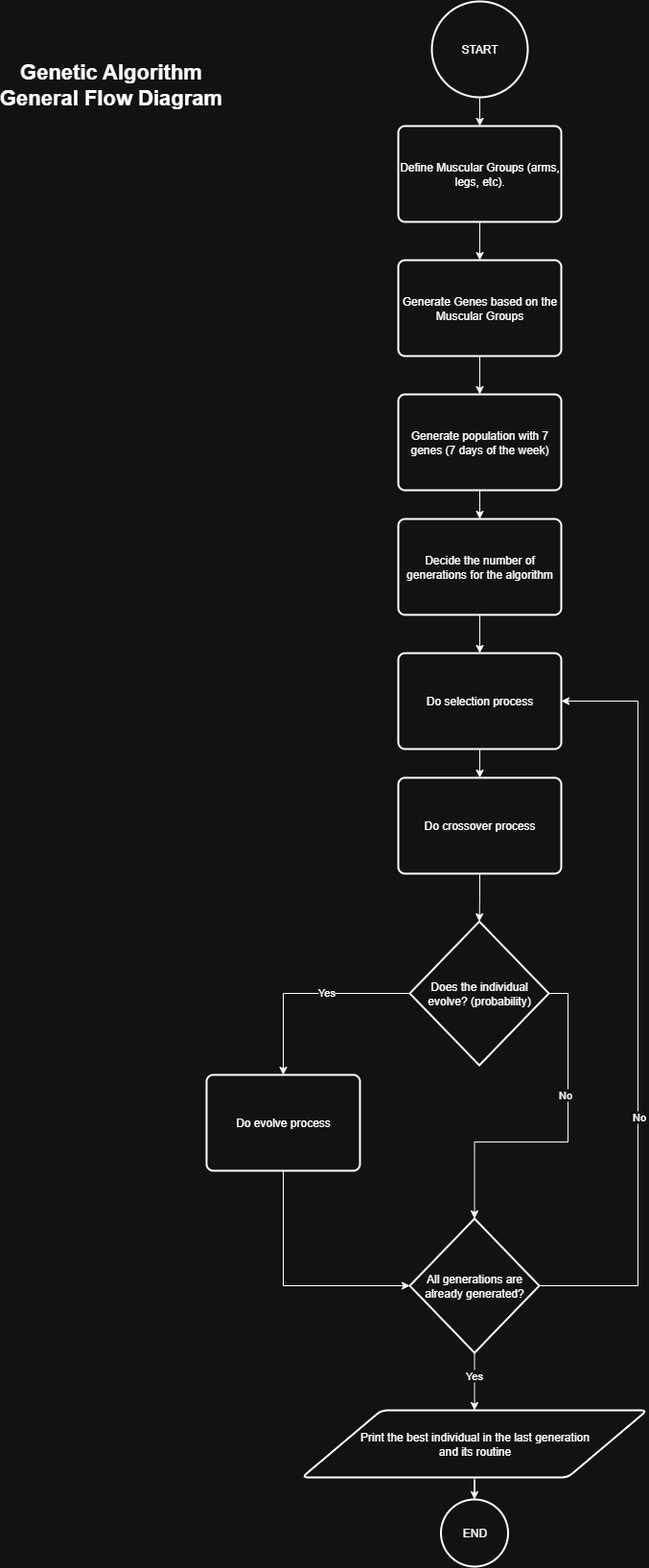
Above: imgs/GA General Flow Diagram.drawio.png in Manco312/Deliverable1-AI (draw.io), before the change. Source tidied: cells renumbered, new cells last; positions are measured from the earlier drawing's top-left corner, leaving out a move shared by most shapes. The source it was exported from:
```xml
<mxGraphModel>
  <root>
    <mxCell id="0" />
    <mxCell id="1" parent="0" />
    <mxCell id="2" style="edgeStyle=orthogonalEdgeStyle;rounded=0;jettySize=auto;html=1;" parent="1" edge="1" source="3" target="5">
      <mxGeometry relative="1" as="geometry" />
    </mxCell>
    <mxCell id="3" value="START" style="strokeWidth=2;html=1;shape=mxgraph.flowchart.start_2;whiteSpace=wrap;" parent="1" vertex="1">
      <mxGeometry x="375" width="100" height="100" as="geometry" />
    </mxCell>
    <mxCell id="4" style="edgeStyle=orthogonalEdgeStyle;rounded=0;jettySize=auto;html=1;" parent="1" edge="1" source="5" target="7">
      <mxGeometry relative="1" as="geometry" />
    </mxCell>
    <mxCell id="5" value="Define Muscular Groups (arms, legs, etc)." style="rounded=1;whiteSpace=wrap;html=1;absoluteArcSize=1;arcSize=14;strokeWidth=2;" parent="1" vertex="1">
      <mxGeometry x="340" y="130" width="170" height="100" as="geometry" />
    </mxCell>
    <mxCell id="6" style="edgeStyle=orthogonalEdgeStyle;rounded=0;jettySize=auto;html=1;" parent="1" edge="1" source="7" target="9">
      <mxGeometry relative="1" as="geometry" />
    </mxCell>
    <mxCell id="7" value="Generate Genes based on the Muscular Groups" style="rounded=1;whiteSpace=wrap;html=1;absoluteArcSize=1;arcSize=14;strokeWidth=2;" parent="1" vertex="1">
      <mxGeometry x="340" y="270" width="170" height="100" as="geometry" />
    </mxCell>
    <mxCell id="8" style="edgeStyle=orthogonalEdgeStyle;rounded=0;jettySize=auto;html=1;" parent="1" edge="1" source="9" target="11">
      <mxGeometry relative="1" as="geometry" />
    </mxCell>
    <mxCell id="9" value="Generate population with 7 genes (7 days of the week)" style="rounded=1;whiteSpace=wrap;html=1;absoluteArcSize=1;arcSize=14;strokeWidth=2;" parent="1" vertex="1">
      <mxGeometry x="340" y="410" width="170" height="100" as="geometry" />
    </mxCell>
    <mxCell id="10" style="edgeStyle=orthogonalEdgeStyle;rounded=0;jettySize=auto;html=1;entryX=0.5;entryY=0;entryDx=0;entryDy=0;" parent="1" edge="1" source="11" target="13">
      <mxGeometry relative="1" as="geometry" />
    </mxCell>
    <mxCell id="11" value="Decide the number of generations for the algorithm" style="rounded=1;whiteSpace=wrap;html=1;absoluteArcSize=1;arcSize=14;strokeWidth=2;" parent="1" vertex="1">
      <mxGeometry x="340" y="540" width="170" height="100" as="geometry" />
    </mxCell>
    <mxCell id="12" style="edgeStyle=orthogonalEdgeStyle;rounded=0;jettySize=auto;html=1;" parent="1" edge="1" source="13" target="14">
      <mxGeometry relative="1" as="geometry" />
    </mxCell>
    <mxCell id="13" value="Do selection process" style="rounded=1;whiteSpace=wrap;html=1;absoluteArcSize=1;arcSize=14;strokeWidth=2;" parent="1" vertex="1">
      <mxGeometry x="340" y="680" width="170" height="100" as="geometry" />
    </mxCell>
    <mxCell id="14" value="Do crossover process" style="rounded=1;whiteSpace=wrap;html=1;absoluteArcSize=1;arcSize=14;strokeWidth=2;" parent="1" vertex="1">
      <mxGeometry x="340" y="810" width="170" height="100" as="geometry" />
    </mxCell>
    <mxCell id="15" style="edgeStyle=orthogonalEdgeStyle;rounded=0;jettySize=auto;html=1;entryX=0.5;entryY=0;entryDx=0;entryDy=0;" parent="1" edge="1" source="17" target="26">
      <mxGeometry relative="1" as="geometry" />
    </mxCell>
    <mxCell id="16" value="Yes" style="edgeLabel;html=1;align=center;verticalAlign=middle;" parent="15" vertex="1">
      <mxGeometry x="-0.19" y="-2" relative="1" as="geometry" />
    </mxCell>
    <mxCell id="17" value="Does the individual evolve? (probability)" style="strokeWidth=2;html=1;shape=mxgraph.flowchart.decision;whiteSpace=wrap;" parent="1" vertex="1">
      <mxGeometry x="352" y="960" width="145" height="150" as="geometry" />
    </mxCell>
    <mxCell id="18" style="edgeStyle=orthogonalEdgeStyle;rounded=0;jettySize=auto;html=1;entryX=0.5;entryY=0;entryDx=0;entryDy=0;entryPerimeter=0;" parent="1" edge="1" source="14" target="17">
      <mxGeometry relative="1" as="geometry" />
    </mxCell>
    <mxCell id="19" style="edgeStyle=orthogonalEdgeStyle;rounded=0;jettySize=auto;html=1;entryX=1;entryY=0.5;entryDx=0;entryDy=0;exitX=1;exitY=0.5;exitDx=0;exitDy=0;exitPerimeter=0;" parent="1" edge="1" source="23" target="13">
      <mxGeometry relative="1" as="geometry">
        <Array as="points">
          <mxPoint x="590" y="1340" />
          <mxPoint x="590" y="730" />
        </Array>
      </mxGeometry>
    </mxCell>
    <mxCell id="20" value="No" style="edgeLabel;html=1;align=center;verticalAlign=middle;" parent="19" vertex="1">
      <mxGeometry x="-0.29" relative="1" as="geometry" />
    </mxCell>
    <mxCell id="21" style="edgeStyle=orthogonalEdgeStyle;rounded=0;jettySize=auto;html=1;entryX=0.5;entryY=0;entryDx=0;entryDy=0;" parent="1" edge="1" source="23" target="28">
      <mxGeometry relative="1" as="geometry" />
    </mxCell>
    <mxCell id="22" value="Yes" style="edgeLabel;html=1;align=center;verticalAlign=middle;" parent="21" vertex="1">
      <mxGeometry x="-0.21" y="-1" relative="1" as="geometry" />
    </mxCell>
    <mxCell id="23" value="All generations are already generated?" style="strokeWidth=2;html=1;shape=mxgraph.flowchart.decision;whiteSpace=wrap;" parent="1" vertex="1">
      <mxGeometry x="352" y="1270" width="135" height="140" as="geometry" />
    </mxCell>
    <mxCell id="24" style="edgeStyle=orthogonalEdgeStyle;rounded=0;jettySize=auto;html=1;exitX=1;exitY=0.5;exitDx=0;exitDy=0;exitPerimeter=0;" parent="1" edge="1" source="17" target="23">
      <mxGeometry relative="1" as="geometry" />
    </mxCell>
    <mxCell id="25" value="No" style="edgeLabel;html=1;align=center;verticalAlign=middle;" parent="24" vertex="1">
      <mxGeometry x="-0.3" y="-4" relative="1" as="geometry" />
    </mxCell>
    <mxCell id="26" value="Do evolve process" style="rounded=1;whiteSpace=wrap;html=1;absoluteArcSize=1;arcSize=14;strokeWidth=2;" parent="1" vertex="1">
      <mxGeometry x="140" y="1120" width="160" height="100" as="geometry" />
    </mxCell>
    <mxCell id="27" style="edgeStyle=orthogonalEdgeStyle;rounded=0;jettySize=auto;html=1;entryX=0;entryY=0.5;entryDx=0;entryDy=0;entryPerimeter=0;exitX=0.5;exitY=1;exitDx=0;exitDy=0;" parent="1" edge="1" source="26" target="23">
      <mxGeometry relative="1" as="geometry" />
    </mxCell>
    <mxCell id="28" value="Print the best individual in the last generation&lt;div&gt;and its routine&lt;/div&gt;" style="shape=parallelogram;html=1;strokeWidth=2;perimeter=parallelogramPerimeter;whiteSpace=wrap;rounded=1;arcSize=12;size=0.23;" parent="1" vertex="1">
      <mxGeometry x="239.5" y="1470" width="360" height="70" as="geometry" />
    </mxCell>
    <mxCell id="29" value="END" style="strokeWidth=2;html=1;shape=mxgraph.flowchart.start_2;whiteSpace=wrap;" parent="1" vertex="1">
      <mxGeometry x="384.5" y="1563" width="70" height="70" as="geometry" />
    </mxCell>
    <mxCell id="30" style="edgeStyle=orthogonalEdgeStyle;rounded=0;jettySize=auto;html=1;entryX=0.5;entryY=0;entryDx=0;entryDy=0;entryPerimeter=0;" parent="1" edge="1" source="28" target="29">
      <mxGeometry relative="1" as="geometry" />
    </mxCell>
    <mxCell id="31" value="Genetic Algorithm&lt;div&gt;General Flow Diagram&lt;/div&gt;" style="text;align=center;fontStyle=1;verticalAlign=middle;spacingLeft=3;spacingRight=3;strokeColor=none;html=1;fontSize=22;" parent="1" vertex="1">
      <mxGeometry y="74" width="80" height="26" as="geometry" />
    </mxCell>
  </root>
</mxGraphModel>
```
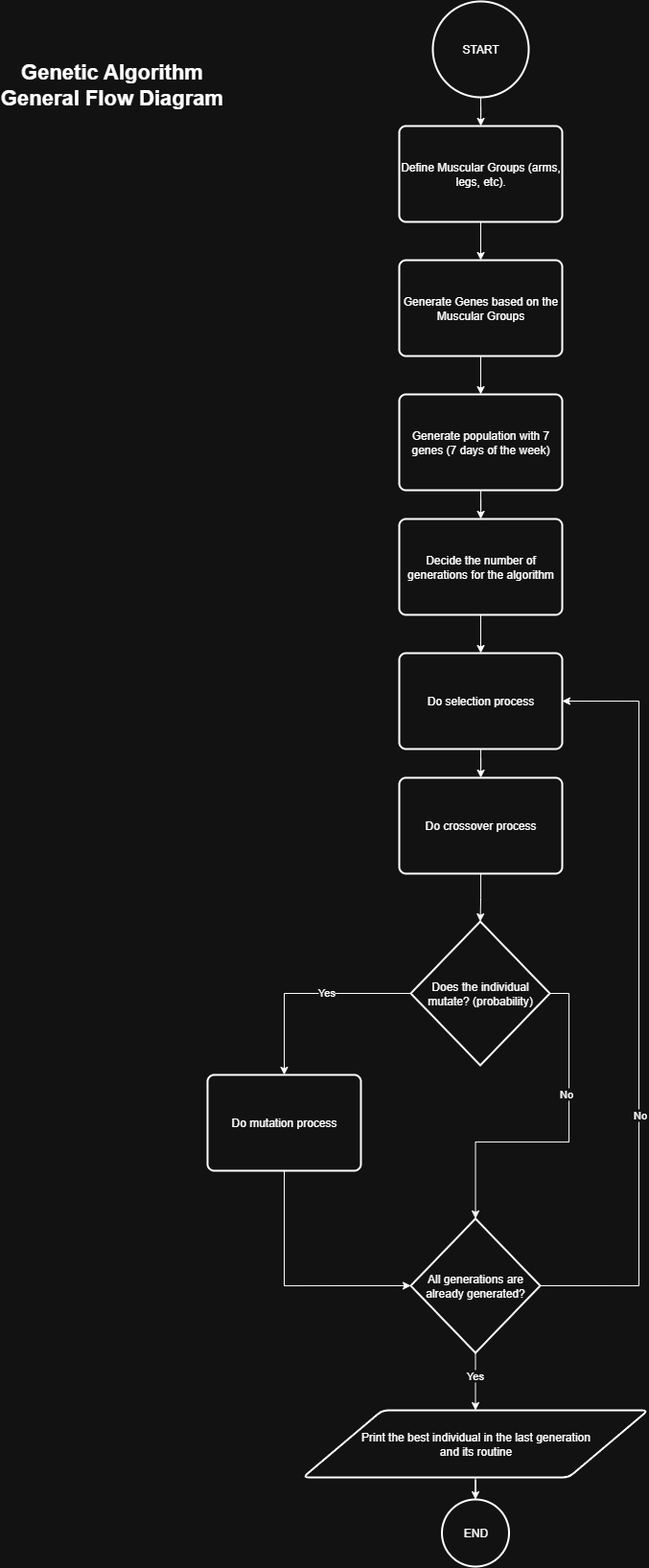
After the commit.

Commit message:
UPT: GA Flow Diagram

Change to the diagram source:
```diff
@@ -47,7 +47,7 @@
     <mxCell id="16" value="Yes" style="edgeLabel;html=1;align=center;verticalAlign=middle;" parent="15" vertex="1">
       <mxGeometry x="-0.19" y="-2" relative="1" as="geometry" />
     </mxCell>
-    <mxCell id="17" value="Does the individual evolve? (probability)" style="strokeWidth=2;html=1;shape=mxgraph.flowchart.decision;whiteSpace=wrap;" parent="1" vertex="1">
+    <mxCell id="17" value="Does the individual mutate? (probability)" style="strokeWidth=2;html=1;shape=mxgraph.flowchart.decision;whiteSpace=wrap;" parent="1" vertex="1">
       <mxGeometry x="352" y="960" width="145" height="150" as="geometry" />
     </mxCell>
     <mxCell id="18" style="edgeStyle=orthogonalEdgeStyle;rounded=0;jettySize=auto;html=1;entryX=0.5;entryY=0;entryDx=0;entryDy=0;entryPerimeter=0;" parent="1" edge="1" source="14" target="17">
@@ -79,7 +79,7 @@
     <mxCell id="25" value="No" style="edgeLabel;html=1;align=center;verticalAlign=middle;" parent="24" vertex="1">
       <mxGeometry x="-0.3" y="-4" relative="1" as="geometry" />
     </mxCell>
-    <mxCell id="26" value="Do evolve process" style="rounded=1;whiteSpace=wrap;html=1;absoluteArcSize=1;arcSize=14;strokeWidth=2;" parent="1" vertex="1">
+    <mxCell id="26" value="Do mutation process" style="rounded=1;whiteSpace=wrap;html=1;absoluteArcSize=1;arcSize=14;strokeWidth=2;" parent="1" vertex="1">
       <mxGeometry x="140" y="1120" width="160" height="100" as="geometry" />
     </mxCell>
     <mxCell id="27" style="edgeStyle=orthogonalEdgeStyle;rounded=0;jettySize=auto;html=1;entryX=0;entryY=0.5;entryDx=0;entryDy=0;entryPerimeter=0;exitX=0.5;exitY=1;exitDx=0;exitDy=0;" parent="1" edge="1" source="26" target="23">
```
